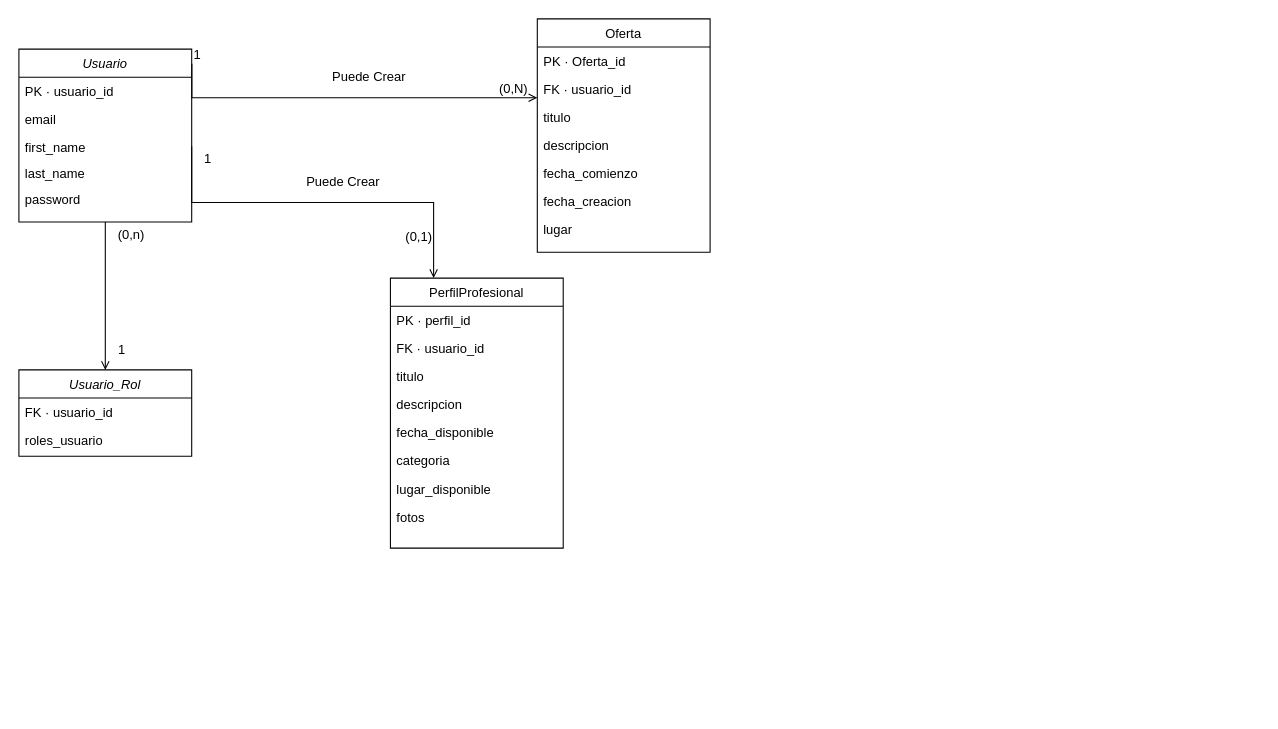
The draw.io diagram docs/TFC_FernandoGalisteo.drawio in FerGalisteo/TFC_FernandoGalisteo, before the edit. Source tidied: cells renumbered, new cells numbered last; positions are measured from the earlier drawing's top-left corner, leaving out a move shared by most shapes. Both pictures are drawn from the tidied source at 108%, with x=0, y=0 at pixel (18, 18).
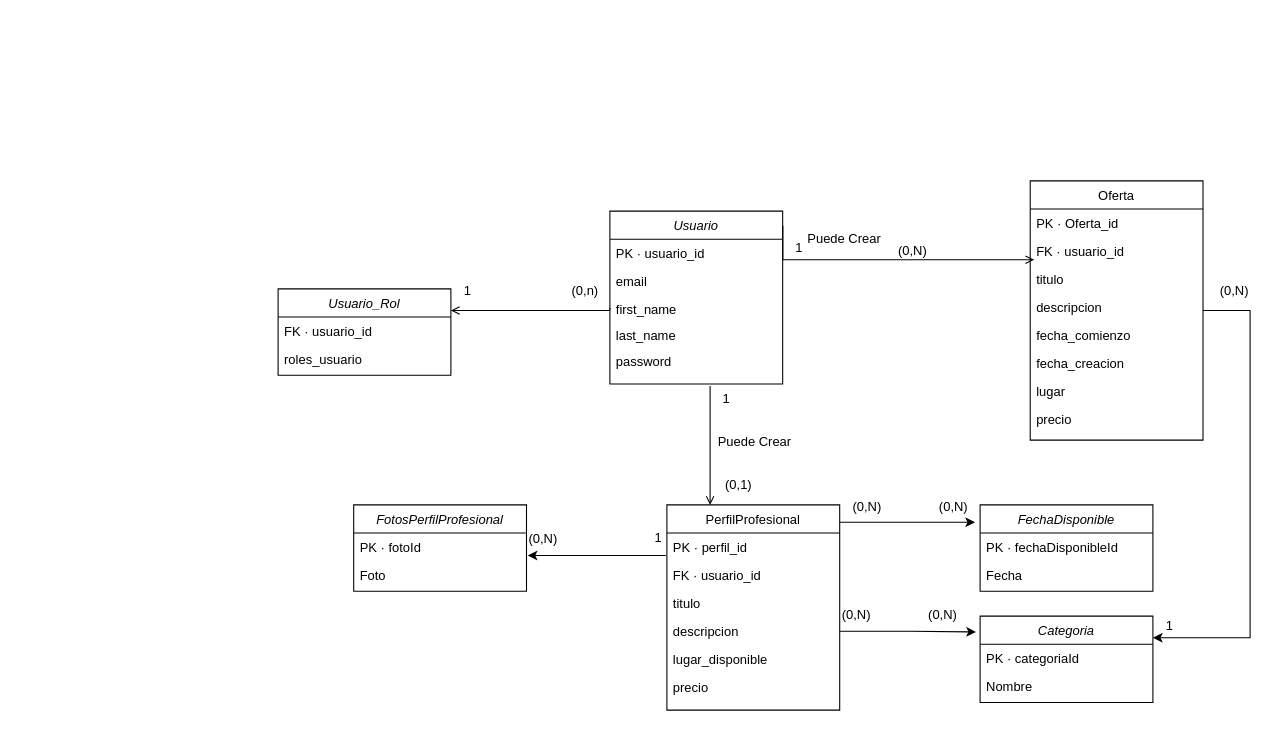
The same diagram, later.

The change refers to these unchanged cells:
```xml
<mxCell id="5" value="first_name" style="text;align=left;verticalAlign=top;spacingLeft=4;spacingRight=4;overflow=hidden;points=[[0,0.5],[1,0.5]];portConstraint=eastwest;rounded=0;shadow=0;html=0;" parent="2" vertex="1">
  <mxGeometry y="78" width="160" height="24" as="geometry" />
</mxCell>
<mxCell id="10" value="FK · usuario_id" style="text;align=left;verticalAlign=top;spacingLeft=4;spacingRight=4;overflow=hidden;points=[[0,0.5],[1,0.5]];portConstraint=eastwest;" parent="8" vertex="1">
  <mxGeometry y="52" width="160" height="26" as="geometry" />
</mxCell>
<mxCell id="24" value="PK · perfil_id" style="text;align=left;verticalAlign=top;spacingLeft=4;spacingRight=4;overflow=hidden;points=[[0,0.5],[1,0.5]];portConstraint=eastwest;" parent="23" vertex="1">
  <mxGeometry y="26" width="160" height="26" as="geometry" />
</mxCell>
<mxCell id="27" value="descripcion" style="text;align=left;verticalAlign=top;spacingLeft=4;spacingRight=4;overflow=hidden;points=[[0,0.5],[1,0.5]];portConstraint=eastwest;rounded=0;shadow=0;html=0;" parent="23" vertex="1">
  <mxGeometry y="104" width="160" height="26" as="geometry" />
</mxCell>
```

Diff of the diagram source:
```diff
@@
     <mxCell id="2" value="Usuario" style="swimlane;fontStyle=2;align=center;verticalAlign=top;horizontal=1;startSize=26;rounded=0;shadow=0;strokeWidth=1;" parent="1" vertex="1">
-      <mxGeometry y="28" width="160" height="160" as="geometry" />
+      <mxGeometry x="547.2" y="178" width="160" height="160" as="geometry" />
     </mxCell>
@@
+    <mxCell id="39" style="edgeStyle=orthogonalEdgeStyle;rounded=0;jettySize=auto;html=1;entryX=1;entryY=0.25;entryDx=0;entryDy=0;" parent="1" edge="1" source="8" target="48">
+      <mxGeometry relative="1" as="geometry">
+        <Array as="points">
+          <mxPoint x="1140" y="270" />
+          <mxPoint x="1140" y="573" />
+        </Array>
+      </mxGeometry>
+    </mxCell>
     <mxCell id="8" value="Oferta" style="swimlane;fontStyle=0;align=center;verticalAlign=top;horizontal=1;startSize=26;rounded=0;shadow=0;strokeWidth=1;" parent="1" vertex="1">
-      <mxGeometry x="480" width="160" height="216" as="geometry" />
+      <mxGeometry x="936.4" y="150" width="160" height="240" as="geometry" />
     </mxCell>
@@
+    <mxCell id="40" value="precio" style="text;align=left;verticalAlign=top;spacingLeft=4;spacingRight=4;overflow=hidden;" parent="8" vertex="1">
+      <mxGeometry y="208" width="160" height="26" as="geometry" />
+    </mxCell>
-    <mxCell id="16" style="endArrow=open;shadow=0;strokeWidth=1;rounded=0;endFill=1;edgeStyle=elbowEdgeStyle;elbow=vertical;exitX=1.001;exitY=0.084;exitDx=0;exitDy=0;exitPerimeter=0;" parent="1" edge="1" source="2">
+    <mxCell id="16" style="endArrow=open;shadow=0;strokeWidth=1;rounded=0;endFill=1;edgeStyle=elbowEdgeStyle;elbow=vertical;exitX=1.001;exitY=0.084;exitDx=0;exitDy=0;exitPerimeter=0;entryX=0.023;entryY=0.808;entryDx=0;entryDy=0;entryPerimeter=0;" parent="1" edge="1" source="2" target="10">
       <mxGeometry x="0.5" y="41" relative="1" as="geometry">
-        <mxPoint x="480" y="73" as="targetPoint" />
         <Array as="points">
-          <mxPoint x="320" y="73" />
+          <mxPoint x="867.2" y="223" />
         </Array>
         <mxPoint x="-40" y="32" as="offset" />
       </mxGeometry>
     </mxCell>
     <mxCell id="17" value="1" style="align=left;verticalAlign=bottom;labelBackgroundColor=none;fontSize=12;" parent="16" vertex="1">
-      <mxGeometry x="-1" relative="1" as="geometry" />
+      <mxGeometry x="-1" relative="1" as="geometry">
+        <mxPoint x="10" y="29" as="offset" />
+      </mxGeometry>
     </mxCell>
     <mxCell id="18" value="(0,N)" style="align=right;verticalAlign=bottom;labelBackgroundColor=none;fontSize=12;" parent="16" vertex="1">
       <mxGeometry x="1" relative="1" as="geometry">
-        <mxPoint x="-7" as="offset" />
+        <mxPoint x="-98" as="offset" />
       </mxGeometry>
     </mxCell>
     <mxCell id="19" value="Puede Crear" style="text;html=1;align=center;verticalAlign=middle;labelBackgroundColor=none;rounded=0;shadow=0;strokeWidth=1;fontSize=12;" parent="16" vertex="1">
       <mxGeometry x="0.5" y="49" relative="1" as="geometry">
-        <mxPoint x="-69" y="29" as="offset" />
+        <mxPoint x="-110" y="29" as="offset" />
       </mxGeometry>
     </mxCell>
     <mxCell id="20" value="Usuario_Rol" style="swimlane;fontStyle=2;align=center;verticalAlign=top;horizontal=1;startSize=26;rounded=0;shadow=0;strokeWidth=1;" parent="1" vertex="1">
-      <mxGeometry y="325" width="160" height="80" as="geometry" />
+      <mxGeometry x="240" y="250" width="160" height="80" as="geometry" />
     </mxCell>
@@
+    <mxCell id="41" style="edgeStyle=orthogonalEdgeStyle;rounded=0;jettySize=auto;html=1;entryX=1.007;entryY=0.801;entryDx=0;entryDy=0;entryPerimeter=0;exitX=-0.006;exitY=0.8;exitDx=0;exitDy=0;exitPerimeter=0;" parent="1" edge="1" source="24" target="45">
+      <mxGeometry relative="1" as="geometry" />
+    </mxCell>
+    <mxCell id="42" style="edgeStyle=orthogonalEdgeStyle;rounded=0;jettySize=auto;html=1;exitX=1;exitY=0.5;exitDx=0;exitDy=0;entryX=-0.024;entryY=0.183;entryDx=0;entryDy=0;entryPerimeter=0;" parent="1" edge="1" source="27" target="48">
+      <mxGeometry relative="1" as="geometry" />
+    </mxCell>
     <mxCell id="23" value="PerfilProfesional" style="swimlane;fontStyle=0;align=center;verticalAlign=top;horizontal=1;startSize=26;rounded=0;shadow=0;strokeWidth=1;" parent="1" vertex="1">
-      <mxGeometry x="344" y="240" width="160" height="250" as="geometry" />
+      <mxGeometry x="600" y="450" width="160" height="190" as="geometry" />
     </mxCell>
@@
-    <mxCell id="28" value="fecha_disponible" style="text;align=left;verticalAlign=top;spacingLeft=4;spacingRight=4;overflow=hidden;rounded=0;shadow=0;html=0;" parent="23" vertex="1">
-      <mxGeometry y="130" width="160" height="26" as="geometry" />
-    </mxCell>
-    <mxCell id="29" value="categoria" style="text;align=left;verticalAlign=top;spacingLeft=4;spacingRight=4;overflow=hidden;rounded=0;shadow=0;html=0;" parent="23" vertex="1">
-      <mxGeometry y="156" width="160" height="26" as="geometry" />
-    </mxCell>
     <mxCell id="30" value="lugar_disponible" style="text;align=left;verticalAlign=top;spacingLeft=4;spacingRight=4;overflow=hidden;" parent="23" vertex="1">
-      <mxGeometry y="182" width="160" height="26" as="geometry" />
+      <mxGeometry y="130" width="160" height="26" as="geometry" />
     </mxCell>
-    <mxCell id="31" value="fotos" style="text;align=left;verticalAlign=top;spacingLeft=4;spacingRight=4;overflow=hidden;" parent="23" vertex="1">
-      <mxGeometry y="208" width="160" height="26" as="geometry" />
-    </mxCell>
+    <mxCell id="43" value="precio" style="text;align=left;verticalAlign=top;spacingLeft=4;spacingRight=4;overflow=hidden;" parent="23" vertex="1">
+      <mxGeometry y="156" width="160" height="26" as="geometry" />
+    </mxCell>
-    <mxCell id="32" style="endArrow=open;shadow=0;strokeWidth=1;rounded=0;endFill=1;edgeStyle=elbowEdgeStyle;elbow=vertical;exitX=1;exitY=0.5;exitDx=0;exitDy=0;entryX=0.25;entryY=0;entryDx=0;entryDy=0;" parent="1" edge="1" source="5" target="23">
+    <mxCell id="32" style="endArrow=open;shadow=0;strokeWidth=1;rounded=0;endFill=1;edgeStyle=elbowEdgeStyle;elbow=vertical;entryX=0.25;entryY=0;entryDx=0;entryDy=0;" parent="1" edge="1" target="23">
       <mxGeometry x="0.5" y="41" relative="1" as="geometry">
+        <mxPoint x="640" y="340" as="sourcePoint" />
         <Array as="points">
-          <mxPoint x="260" y="170" />
+          <mxPoint x="640" y="390" />
         </Array>
         <mxPoint x="-40" y="32" as="offset" />
       </mxGeometry>
     </mxCell>
@@
     <mxCell id="34" value="(0,1)" style="align=right;verticalAlign=bottom;labelBackgroundColor=none;fontSize=12;" parent="32" vertex="1">
       <mxGeometry x="1" relative="1" as="geometry">
-        <mxPoint y="-30" as="offset" />
+        <mxPoint x="40" y="-10" as="offset" />
       </mxGeometry>
     </mxCell>
     <mxCell id="35" value="Puede Crear" style="text;html=1;align=center;verticalAlign=middle;labelBackgroundColor=none;rounded=0;shadow=0;strokeWidth=1;fontSize=12;" parent="32" vertex="1">
       <mxGeometry x="0.5" y="49" relative="1" as="geometry">
-        <mxPoint x="-69" y="29" as="offset" />
+        <mxPoint x="-9" y="-32" as="offset" />
       </mxGeometry>
     </mxCell>
-    <mxCell id="36" style="endArrow=open;shadow=0;strokeWidth=1;rounded=0;endFill=1;edgeStyle=elbowEdgeStyle;elbow=vertical;exitX=0.5;exitY=1;exitDx=0;exitDy=0;entryX=0.5;entryY=0;entryDx=0;entryDy=0;" parent="1" edge="1" source="2" target="20">
+    <mxCell id="36" style="endArrow=open;shadow=0;strokeWidth=1;rounded=0;endFill=1;edgeStyle=elbowEdgeStyle;elbow=vertical;exitX=0;exitY=0.5;exitDx=0;exitDy=0;entryX=1;entryY=0.25;entryDx=0;entryDy=0;" parent="1" edge="1" source="5" target="20">
       <mxGeometry x="0.5" y="41" relative="1" as="geometry">
         <Array as="points">
-          <mxPoint x="80" y="250" />
+          <mxPoint x="410" y="270" />
         </Array>
         <mxPoint x="-40" y="32" as="offset" />
       </mxGeometry>
     </mxCell>
     <mxCell id="37" value="(0,n)" style="align=left;verticalAlign=bottom;labelBackgroundColor=none;fontSize=12;" parent="36" vertex="1">
       <mxGeometry x="-1" relative="1" as="geometry">
-        <mxPoint x="10" y="20" as="offset" />
+        <mxPoint x="-37" y="-8" as="offset" />
       </mxGeometry>
     </mxCell>
@@
+    <mxCell id="44" value="FotosPerfilProfesional" style="swimlane;fontStyle=2;align=center;verticalAlign=top;horizontal=1;startSize=26;rounded=0;shadow=0;strokeWidth=1;" parent="1" vertex="1">
+      <mxGeometry x="310" y="450" width="160" height="80" as="geometry" />
+    </mxCell>
+    <mxCell id="45" value="PK · fotoId" style="text;align=left;verticalAlign=top;spacingLeft=4;spacingRight=4;overflow=hidden;points=[[0,0.5],[1,0.5]];portConstraint=eastwest;" parent="44" vertex="1">
+      <mxGeometry y="26" width="160" height="26" as="geometry" />
+    </mxCell>
+    <mxCell id="46" value="Foto" style="text;align=left;verticalAlign=top;spacingLeft=4;spacingRight=4;overflow=hidden;rounded=0;shadow=0;html=0;" parent="44" vertex="1">
+      <mxGeometry y="52" width="160" height="24" as="geometry" />
+    </mxCell>
+    <mxCell id="47" value="(0,N)" style="align=right;verticalAlign=bottom;labelBackgroundColor=none;fontSize=12;" parent="1" vertex="1">
+      <mxGeometry x="500" y="490" as="geometry" />
+    </mxCell>
+    <mxCell id="48" value="Categoria" style="swimlane;fontStyle=2;align=center;verticalAlign=top;horizontal=1;startSize=26;rounded=0;shadow=0;strokeWidth=1;" parent="1" vertex="1">
+      <mxGeometry x="890" y="553" width="160" height="80" as="geometry" />
+    </mxCell>
+    <mxCell id="49" value="PK · categoriaId" style="text;align=left;verticalAlign=top;spacingLeft=4;spacingRight=4;overflow=hidden;" parent="48" vertex="1">
+      <mxGeometry y="26" width="160" height="26" as="geometry" />
+    </mxCell>
+    <mxCell id="50" value="Nombre" style="text;align=left;verticalAlign=top;spacingLeft=4;spacingRight=4;overflow=hidden;rounded=0;shadow=0;html=0;" parent="48" vertex="1">
+      <mxGeometry y="52" width="160" height="24" as="geometry" />
+    </mxCell>
+    <mxCell id="51" value="(0,N)" style="align=right;verticalAlign=bottom;labelBackgroundColor=none;fontSize=12;" parent="1" vertex="1">
+      <mxGeometry x="790" y="560" as="geometry" />
+    </mxCell>
+    <mxCell id="52" value="(0,N)" style="align=right;verticalAlign=bottom;labelBackgroundColor=none;fontSize=12;" parent="1" vertex="1">
+      <mxGeometry x="870" y="560" as="geometry" />
+    </mxCell>
+    <mxCell id="53" value="1" style="align=left;verticalAlign=bottom;labelBackgroundColor=none;fontSize=12;" parent="1" vertex="1">
+      <mxGeometry x="590" y="490" as="geometry">
+        <mxPoint x="-3" y="-1" as="offset" />
+      </mxGeometry>
+    </mxCell>
+    <mxCell id="54" value="FechaDisponible" style="swimlane;fontStyle=2;align=center;verticalAlign=top;horizontal=1;startSize=26;rounded=0;shadow=0;strokeWidth=1;" parent="1" vertex="1">
+      <mxGeometry x="890" y="450" width="160" height="80" as="geometry" />
+    </mxCell>
+    <mxCell id="55" value="PK · fechaDisponibleId" style="text;align=left;verticalAlign=top;spacingLeft=4;spacingRight=4;overflow=hidden;" parent="54" vertex="1">
+      <mxGeometry y="26" width="160" height="26" as="geometry" />
+    </mxCell>
+    <mxCell id="56" value="Fecha" style="text;align=left;verticalAlign=top;spacingLeft=4;spacingRight=4;overflow=hidden;rounded=0;shadow=0;html=0;" parent="54" vertex="1">
+      <mxGeometry y="52" width="160" height="24" as="geometry" />
+    </mxCell>
+    <mxCell id="57" style="edgeStyle=orthogonalEdgeStyle;rounded=0;jettySize=auto;html=1;entryX=-0.029;entryY=0.2;entryDx=0;entryDy=0;entryPerimeter=0;" parent="1" edge="1" source="23" target="54">
+      <mxGeometry relative="1" as="geometry">
+        <Array as="points">
+          <mxPoint x="820" y="466" />
+          <mxPoint x="820" y="466" />
+        </Array>
+      </mxGeometry>
+    </mxCell>
+    <mxCell id="58" value="(0,N)" style="align=right;verticalAlign=bottom;labelBackgroundColor=none;fontSize=12;" parent="1" vertex="1">
+      <mxGeometry x="880" y="460" as="geometry" />
+    </mxCell>
+    <mxCell id="59" value="(0,N)" style="align=right;verticalAlign=bottom;labelBackgroundColor=none;fontSize=12;" parent="1" vertex="1">
+      <mxGeometry x="800" y="460" as="geometry" />
+    </mxCell>
+    <mxCell id="60" value="(0,N)" style="align=right;verticalAlign=bottom;labelBackgroundColor=none;fontSize=12;" parent="1" vertex="1">
+      <mxGeometry x="1140" y="260" as="geometry" />
+    </mxCell>
+    <mxCell id="61" value="1" style="align=right;verticalAlign=bottom;labelBackgroundColor=none;fontSize=12;" parent="1" vertex="1">
+      <mxGeometry x="1070" y="570" as="geometry" />
+    </mxCell>
```
